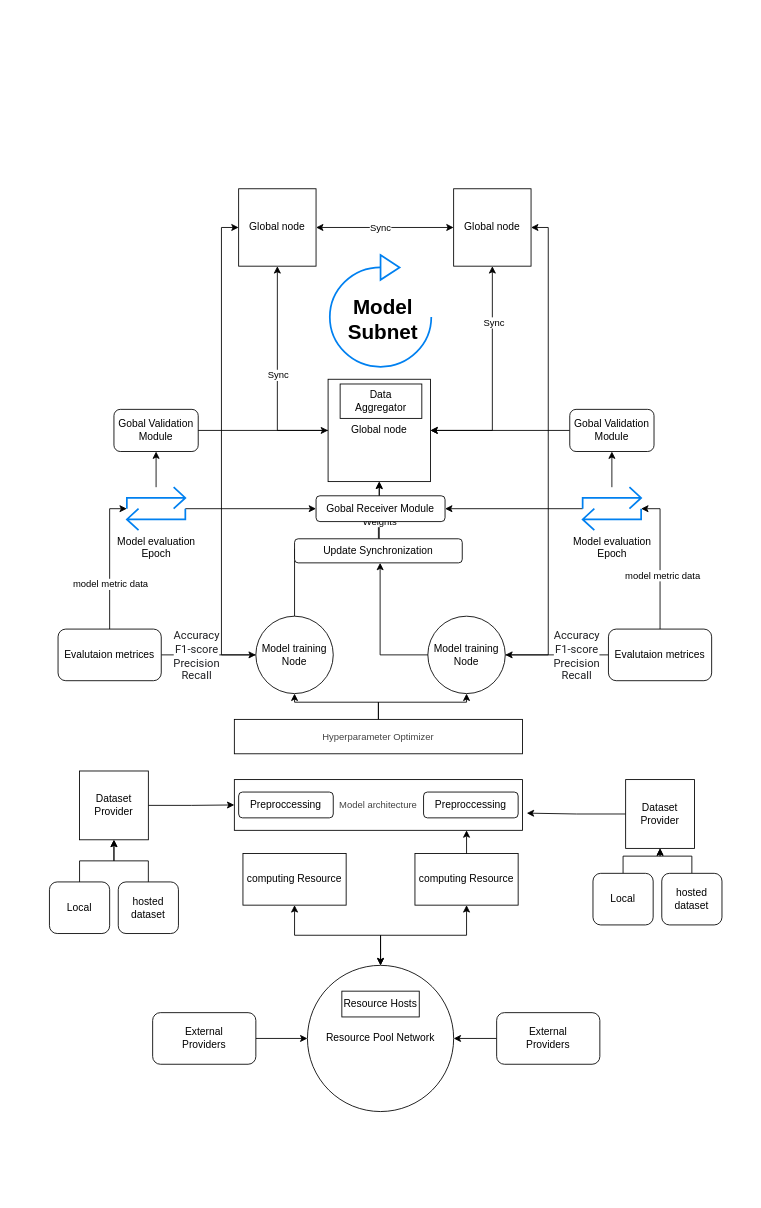
This is Distrubuted-Fedrated-learning.drawio from ali-05-ahmed/Concept-Diagrams, a draw.io file, before an edit. Source tidied: cells renumbered, new cells numbered last; positions are measured from the earlier drawing's top-left corner, leaving out a move shared by most shapes. Both pictures are drawn from the tidied source at 86%, with x=0, y=0 at pixel (49, 188).
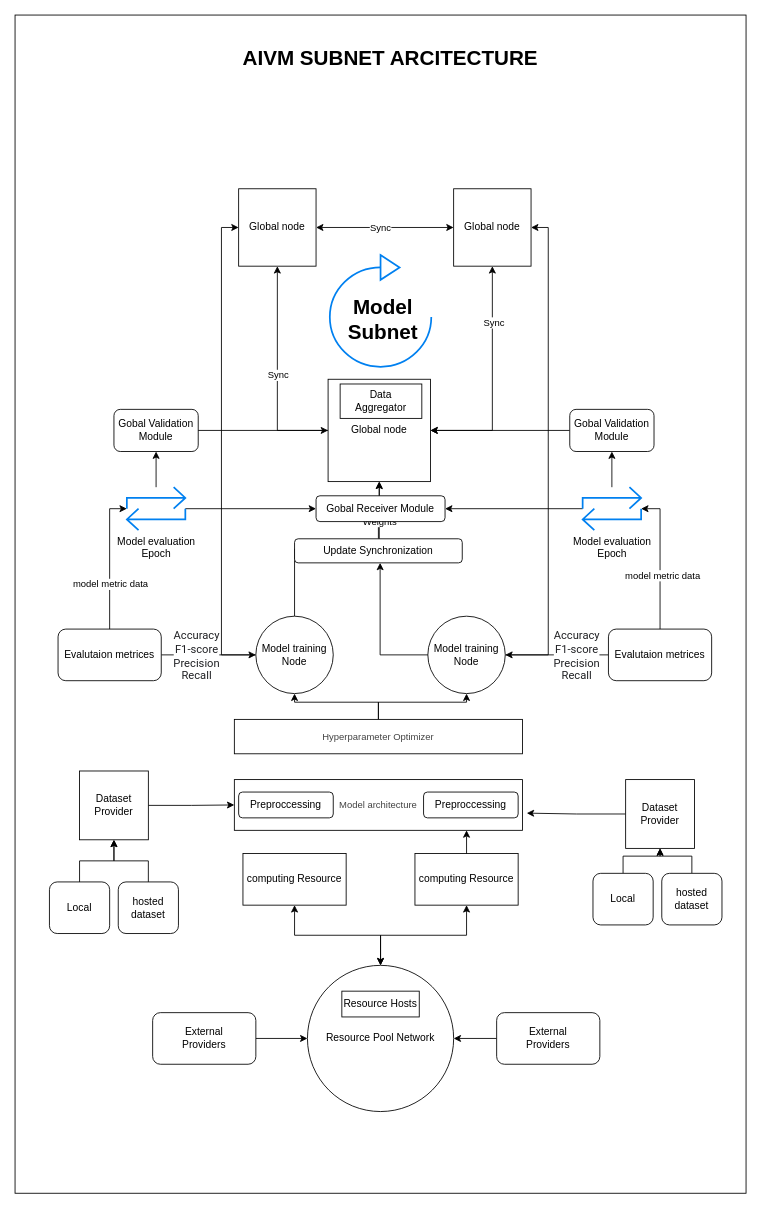
Above is the later version.

The edit, as a diff of the source:
```diff
@@
+    <mxCell id="73" style="rounded=0;whiteSpace=wrap;html=1;" parent="1" vertex="1">
+      <mxGeometry x="-40" y="-202" width="850" height="1370" as="geometry" />
+    </mxCell>
@@
+    <mxCell id="74" value="&lt;h1 style=&quot;margin-top: 0px;&quot;&gt;AIVM SUBNET ARCITECTURE&lt;/h1&gt;" style="text;html=1;whiteSpace=wrap;overflow=hidden;rounded=0;" parent="1" vertex="1">
+      <mxGeometry x="222.5" y="-172" width="355" height="40" as="geometry" />
+    </mxCell>
```
